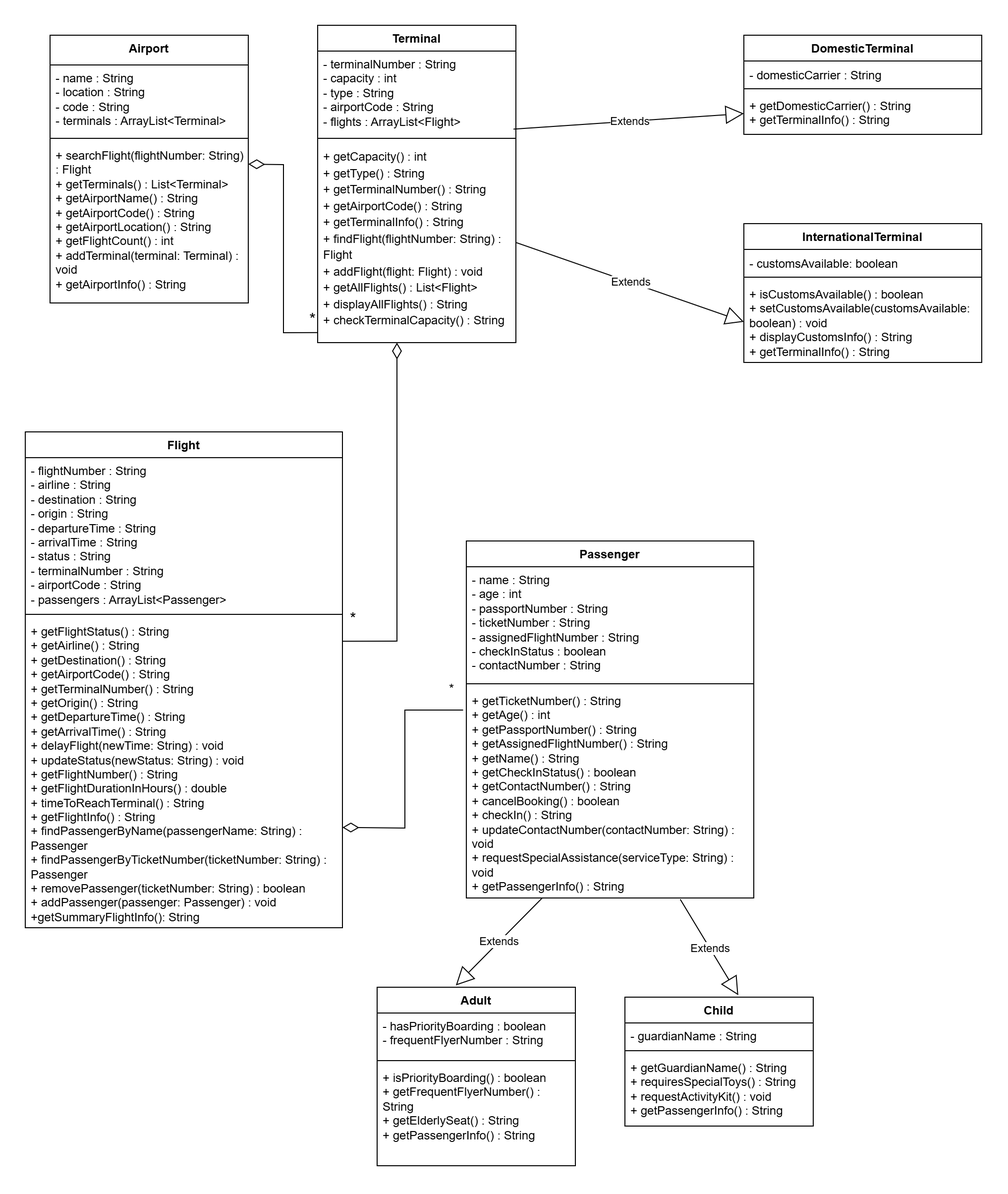
This is Airport.png from SACHSTech/2-14-oop-design-project-Walker21122008, a draw.io export, as it was before one commit. Source tidied: cells renumbered, new cells last; positions are measured from the earlier drawing's top-left corner, leaving out a move shared by most shapes.
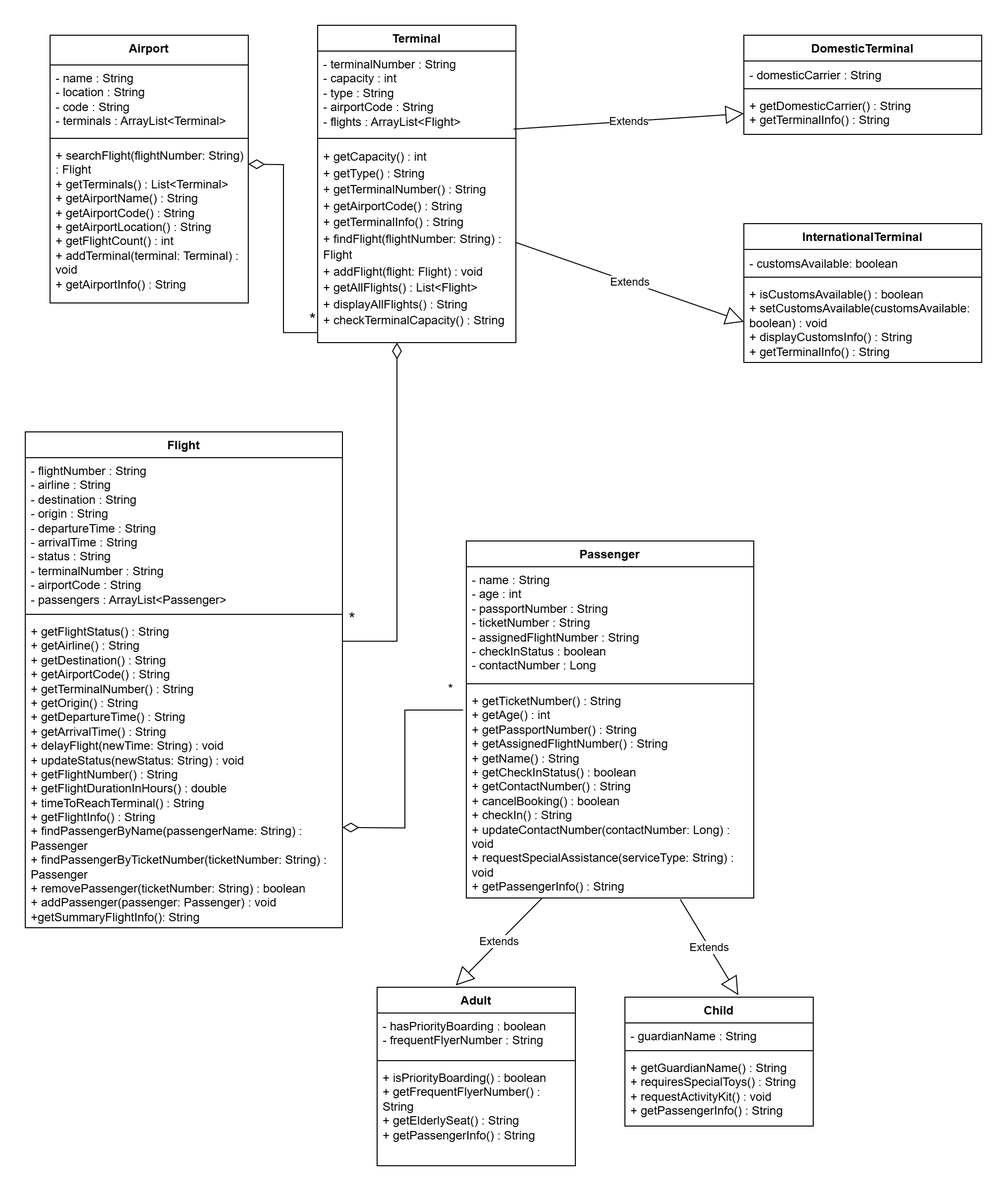
The same file after the commit.

Commit message:
added new UML diagram

Change to the diagram source:
```diff
@@ -65,13 +65,13 @@
     <mxCell id="22" value="Passenger" style="swimlane;fontStyle=1;align=center;verticalAlign=top;horizontal=1;startSize=26;whiteSpace=wrap;html=1;" parent="1" vertex="1">
       <mxGeometry x="445" y="520" width="290" height="360" as="geometry" />
     </mxCell>
-    <mxCell id="23" value="&lt;div&gt;&lt;div&gt;- name : String&lt;/div&gt;&lt;div&gt;- age : int&lt;/div&gt;&lt;div&gt;- passportNumber : String&lt;/div&gt;&lt;div&gt;- ticketNumber : String&lt;/div&gt;&lt;div&gt;- assignedFlightNumber : String&lt;/div&gt;&lt;div&gt;- checkInStatus : boolean&lt;/div&gt;&lt;div&gt;- contactNumber : String&lt;/div&gt;&lt;/div&gt;&lt;div&gt;&lt;br&gt;&lt;/div&gt;" style="text;strokeColor=none;fillColor=none;align=left;verticalAlign=top;spacingLeft=4;spacingRight=4;overflow=hidden;whiteSpace=wrap;html=1;" parent="22" vertex="1">
+    <mxCell id="23" value="&lt;div&gt;&lt;div&gt;- name : String&lt;/div&gt;&lt;div&gt;- age : int&lt;/div&gt;&lt;div&gt;- passportNumber : String&lt;/div&gt;&lt;div&gt;- ticketNumber : String&lt;/div&gt;&lt;div&gt;- assignedFlightNumber : String&lt;/div&gt;&lt;div&gt;- checkInStatus : boolean&lt;/div&gt;&lt;div&gt;- contactNumber : Long&lt;/div&gt;&lt;/div&gt;&lt;div&gt;&lt;br&gt;&lt;/div&gt;" style="text;strokeColor=none;fillColor=none;align=left;verticalAlign=top;spacingLeft=4;spacingRight=4;overflow=hidden;whiteSpace=wrap;html=1;" parent="22" vertex="1">
       <mxGeometry y="26" width="290" height="114" as="geometry" />
     </mxCell>
     <mxCell id="24" style="line;strokeWidth=1;fillColor=none;align=left;verticalAlign=middle;spacingTop=-1;spacingLeft=3;spacingRight=3;labelPosition=right;strokeColor=inherit;" parent="22" vertex="1">
       <mxGeometry y="140" width="290" height="8" as="geometry" />
     </mxCell>
-    <mxCell id="25" value="&lt;div&gt;&lt;div&gt;+ getTicketNumber() : String&lt;/div&gt;&lt;div&gt;+ getAge() : int&lt;/div&gt;&lt;div&gt;+ getPassportNumber() : String&lt;/div&gt;&lt;div&gt;+ getAssignedFlightNumber() : String&lt;/div&gt;&lt;div&gt;+ getName() : String&lt;/div&gt;&lt;div&gt;+ getCheckInStatus() : boolean&lt;/div&gt;&lt;div&gt;+ getContactNumber() : String&lt;/div&gt;&lt;div&gt;+ cancelBooking() : boolean&lt;/div&gt;&lt;div&gt;+ checkIn() : String&lt;/div&gt;&lt;div&gt;+ updateContactNumber(contactNumber: String) : void&lt;/div&gt;&lt;div&gt;+ requestSpecialAssistance(serviceType: String) : void&lt;/div&gt;&lt;div&gt;+ getPassengerInfo() : String&lt;/div&gt;&lt;/div&gt;&lt;div&gt;&lt;br&gt;&lt;/div&gt;" style="text;strokeColor=none;fillColor=none;align=left;verticalAlign=top;spacingLeft=4;spacingRight=4;overflow=hidden;points=[[0,0.5],[1,0.5]];portConstraint=eastwest;whiteSpace=wrap;html=1;" parent="22" vertex="1">
+    <mxCell id="25" value="&lt;div&gt;&lt;div&gt;+ getTicketNumber() : String&lt;/div&gt;&lt;div&gt;+ getAge() : int&lt;/div&gt;&lt;div&gt;+ getPassportNumber() : String&lt;/div&gt;&lt;div&gt;+ getAssignedFlightNumber() : String&lt;/div&gt;&lt;div&gt;+ getName() : String&lt;/div&gt;&lt;div&gt;+ getCheckInStatus() : boolean&lt;/div&gt;&lt;div&gt;+ getContactNumber() : String&lt;/div&gt;&lt;div&gt;+ cancelBooking() : boolean&lt;/div&gt;&lt;div&gt;+ checkIn() : String&lt;/div&gt;&lt;div&gt;+ updateContactNumber(contactNumber: Long) : void&lt;/div&gt;&lt;div&gt;+ requestSpecialAssistance(serviceType: String) : void&lt;/div&gt;&lt;div&gt;+ getPassengerInfo() : String&lt;/div&gt;&lt;/div&gt;&lt;div&gt;&lt;br&gt;&lt;/div&gt;" style="text;strokeColor=none;fillColor=none;align=left;verticalAlign=top;spacingLeft=4;spacingRight=4;overflow=hidden;points=[[0,0.5],[1,0.5]];portConstraint=eastwest;whiteSpace=wrap;html=1;" parent="22" vertex="1">
       <mxGeometry y="148" width="290" height="212" as="geometry" />
     </mxCell>
     <mxCell id="26" value="Adult" style="swimlane;fontStyle=1;align=center;verticalAlign=top;horizontal=1;startSize=26;whiteSpace=wrap;html=1;" parent="1" vertex="1">
```
